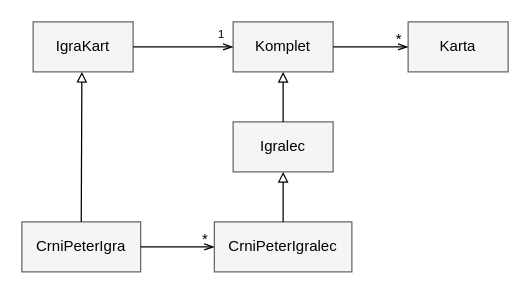
anzeljg/rin2 keeps this draw.io diagram as book2/2404/img/crni_peter.drawio. Above is the earlier version. Source tidied: cells renumbered, new cells numbered last; positions are measured from the earlier drawing's top-left corner, leaving out a move shared by most shapes. Both pictures are drawn from the tidied source at 125%, with x=0, y=0 at pixel (21, 21).
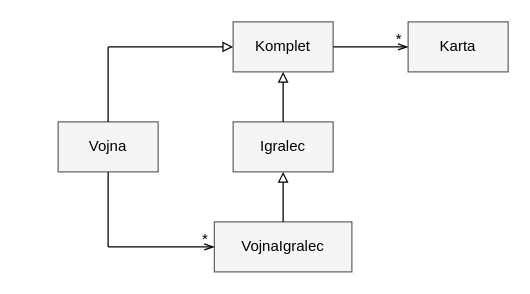
The same page after the edit.

Change to the diagram source:
```diff
@@
-    <mxCell id="2" style="group;" parent="1" vertex="1">
-      <mxGeometry width="389" height="200" as="geometry" />
-    </mxCell>
+    <mxCell id="25" style="group;" parent="1" vertex="1">
+      <mxGeometry x="29" width="360" height="200" as="geometry" />
+    </mxCell>
-    <mxCell id="3" style="group;" parent="2" vertex="1">
-      <mxGeometry x="169" width="220" height="120" as="geometry" />
+    <mxCell id="3" style="group;" parent="25" vertex="1">
+      <mxGeometry x="140" width="220" height="120" as="geometry" />
     </mxCell>
@@
-    <mxCell id="13" style="whiteSpace=wrap;html=1;fillColor=#f5f5f5;strokeColor=#666666;" parent="2" vertex="1">
-      <mxGeometry x="9" width="80" height="40" as="geometry" />
-    </mxCell>
-    <mxCell id="14" value="IgraKart" style="text;html=1;strokeColor=none;fillColor=none;align=center;verticalAlign=middle;whiteSpace=wrap;" parent="2" vertex="1">
-      <mxGeometry x="19" y="10" width="60" height="20" as="geometry" />
-    </mxCell>
-    <mxCell id="15" style="endArrow=openThin;html=1;entryX=0;entryY=0.5;exitX=1;exitY=0.5;endFill=0;" parent="2" edge="1" source="13">
+    <mxCell id="15" style="endArrow=block;html=1;entryX=0;entryY=0.5;endFill=0;" parent="25" edge="1">
       <mxGeometry relative="1" as="geometry">
-        <mxPoint x="169" y="20" as="targetPoint" />
+        <mxPoint x="40" y="20" as="sourcePoint" />
+        <mxPoint x="140" y="20" as="targetPoint" />
       </mxGeometry>
     </mxCell>
-    <mxCell id="16" value="1" style="text;html=1;strokeColor=none;fillColor=none;align=center;verticalAlign=middle;whiteSpace=wrap;fontSize=9;" parent="2" vertex="1">
-      <mxGeometry x="140" width="40" height="20" as="geometry" />
-    </mxCell>
-    <mxCell id="17" style="whiteSpace=wrap;html=1;fillColor=#f5f5f5;strokeColor=#666666;" parent="2" vertex="1">
-      <mxGeometry x="154" y="160" width="110" height="40" as="geometry" />
+    <mxCell id="17" style="whiteSpace=wrap;html=1;fillColor=#f5f5f5;strokeColor=#666666;" parent="25" vertex="1">
+      <mxGeometry x="125" y="160" width="110" height="40" as="geometry" />
     </mxCell>
-    <mxCell id="18" value="CrniPeterIgralec" style="text;html=1;strokeColor=none;fillColor=none;align=center;verticalAlign=middle;whiteSpace=wrap;" parent="2" vertex="1">
-      <mxGeometry x="154" y="170" width="110" height="20" as="geometry" />
+    <mxCell id="18" value="VojnaIgralec" style="text;html=1;strokeColor=none;fillColor=none;align=center;verticalAlign=middle;whiteSpace=wrap;" parent="25" vertex="1">
+      <mxGeometry x="125" y="170" width="110" height="20" as="geometry" />
     </mxCell>
-    <mxCell id="19" style="endArrow=block;html=1;entryX=0.5;entryY=1;exitX=0.5;exitY=0;endFill=0;strokeWidth=1;" parent="2" edge="1" source="17">
+    <mxCell id="19" style="endArrow=block;html=1;entryX=0.5;entryY=1;exitX=0.5;exitY=0;endFill=0;strokeWidth=1;" parent="25" edge="1" source="17">
       <mxGeometry relative="1" as="geometry">
-        <mxPoint x="209" y="120" as="targetPoint" />
+        <mxPoint x="180" y="120" as="targetPoint" />
       </mxGeometry>
     </mxCell>
-    <mxCell id="20" style="whiteSpace=wrap;html=1;fillColor=#f5f5f5;strokeColor=#666666;" parent="2" vertex="1">
-      <mxGeometry y="160" width="95" height="40" as="geometry" />
+    <mxCell id="20" style="whiteSpace=wrap;html=1;fillColor=#f5f5f5;strokeColor=#666666;" parent="25" vertex="1">
+      <mxGeometry y="80" width="80" height="40" as="geometry" />
     </mxCell>
-    <mxCell id="21" value="CrniPeterIgra" style="text;html=1;strokeColor=none;fillColor=none;align=center;verticalAlign=middle;whiteSpace=wrap;" parent="2" vertex="1">
-      <mxGeometry y="170" width="95" height="20" as="geometry" />
+    <mxCell id="21" value="Vojna" style="text;html=1;strokeColor=none;fillColor=none;align=center;verticalAlign=middle;whiteSpace=wrap;" parent="25" vertex="1">
+      <mxGeometry y="90" width="80" height="20" as="geometry" />
     </mxCell>
-    <mxCell id="22" style="endArrow=openThin;html=1;exitX=1;exitY=0.5;endFill=0;entryX=0;entryY=0.5;" parent="2" edge="1" source="20" target="18">
-      <mxGeometry relative="1" as="geometry" />
+    <mxCell id="22" style="endArrow=openThin;html=1;endFill=0;entryX=0;entryY=0.5;" parent="25" edge="1" target="18">
+      <mxGeometry relative="1" as="geometry">
+        <mxPoint x="40" y="180" as="sourcePoint" />
+      </mxGeometry>
     </mxCell>
-    <mxCell id="23" value="*" style="text;html=1;strokeColor=none;fillColor=none;align=center;verticalAlign=middle;whiteSpace=wrap;" parent="2" vertex="1">
-      <mxGeometry x="127" y="164" width="40" height="20" as="geometry" />
+    <mxCell id="23" value="*" style="text;html=1;strokeColor=none;fillColor=none;align=center;verticalAlign=middle;whiteSpace=wrap;" parent="25" vertex="1">
+      <mxGeometry x="98" y="164" width="40" height="20" as="geometry" />
     </mxCell>
-    <mxCell id="24" style="endArrow=block;html=1;strokeWidth=1;fontSize=9;fontColor=#000000;exitX=0.5;exitY=0;endFill=0;" parent="2" edge="1" source="20">
-      <mxGeometry relative="1" as="geometry">
-        <mxPoint x="48" y="40" as="targetPoint" />
-      </mxGeometry>
-    </mxCell>
+    <mxCell id="26" style="endArrow=none;html=1;rounded=0;" parent="25" edge="1">
+      <mxGeometry relative="1" as="geometry">
+        <mxPoint x="40" y="80" as="sourcePoint" />
+        <mxPoint x="40" y="20" as="targetPoint" />
+      </mxGeometry>
+    </mxCell>
+    <mxCell id="27" style="endArrow=none;html=1;rounded=0;" parent="25" edge="1">
+      <mxGeometry relative="1" as="geometry">
+        <mxPoint x="40" y="120" as="sourcePoint" />
+        <mxPoint x="40" y="180" as="targetPoint" />
+      </mxGeometry>
+    </mxCell>
```
